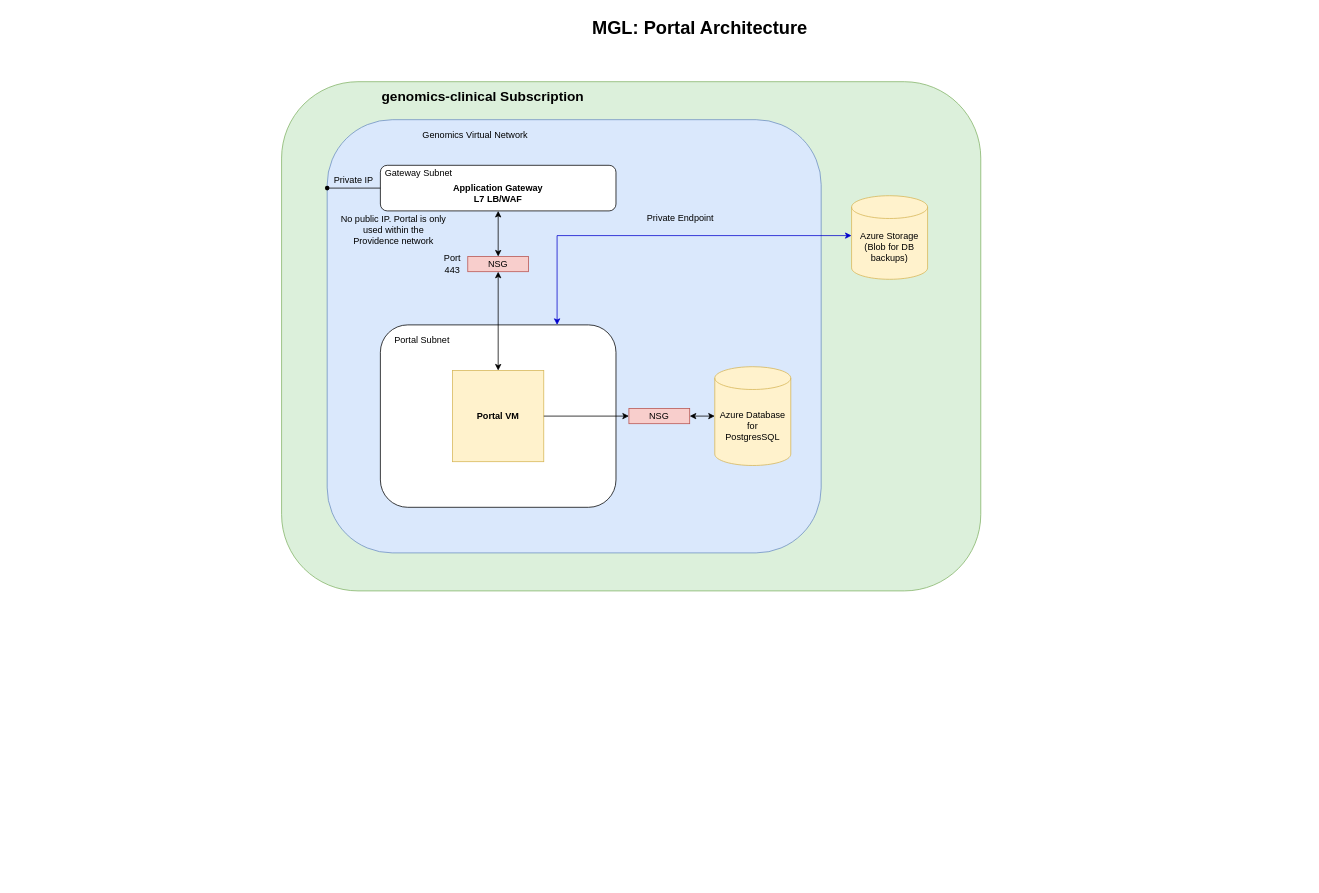
The draw.io diagram Portal.drawio in dashaylan/DrawIO, before the edit. Source tidied: cells renumbered, new cells numbered last; positions are measured from the earlier drawing's top-left corner, leaving out a move shared by most shapes. Both pictures are drawn from the tidied source at 76%, with x=0, y=0 at pixel (281, 13).
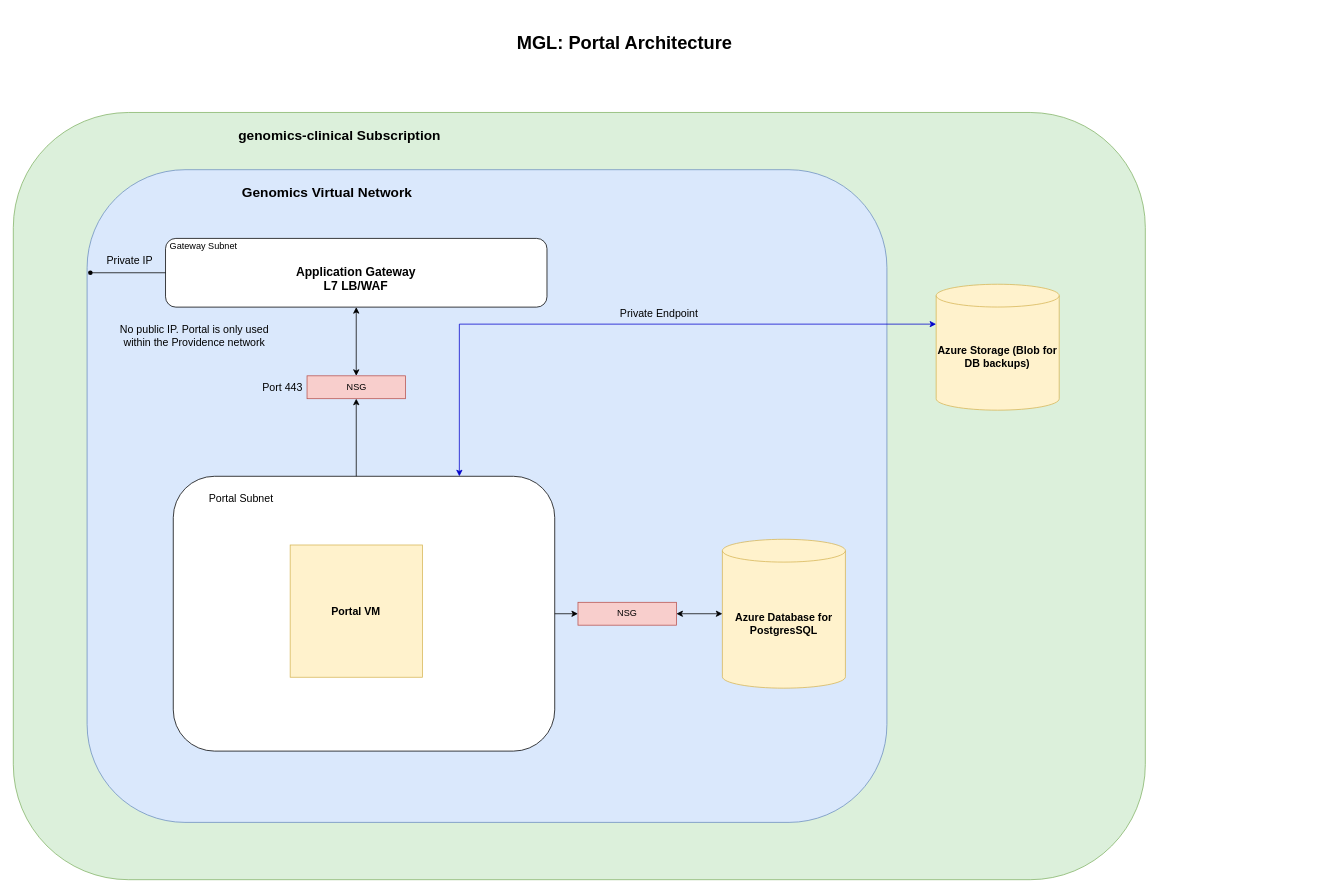
Above is the later version.

Change to the diagram source:
```diff
@@
+    <mxCell id="30" style="group;" parent="1" vertex="1">
+      <mxGeometry x="-353" y="10" width="1700" height="1130" as="geometry" />
+    </mxCell>
-    <mxCell id="2" style="group;" parent="1" vertex="1">
-      <mxGeometry y="90" width="1050" height="670" as="geometry" />
+    <mxCell id="2" style="group;" parent="30" vertex="1">
+      <mxGeometry y="120.5" width="1700" height="1009.5" as="geometry" />
     </mxCell>
     <mxCell id="3" style="rounded=1;whiteSpace=wrap;html=1;strokeColor=#82b366;fillColor=#DCF0DB;" parent="2" vertex="1">
-      <mxGeometry width="920" height="670" as="geometry" />
+      <mxGeometry width="1489.5" height="1009.5" as="geometry" />
     </mxCell>
     <mxCell id="4" style="rounded=1;whiteSpace=wrap;html=1;fillColor=#dae8fc;strokeColor=#6c8ebf;" parent="2" vertex="1">
-      <mxGeometry x="60" y="50" width="650" height="570" as="geometry" />
+      <mxGeometry x="97.1" y="75.3" width="1052.4" height="858.8" as="geometry" />
     </mxCell>
-    <mxCell id="5" style="group;" parent="2" vertex="1">
-      <mxGeometry x="130" y="320" width="310" height="240" as="geometry" />
-    </mxCell>
-    <mxCell id="6" style="rounded=1;whiteSpace=wrap;html=1;" parent="5" vertex="1">
-      <mxGeometry width="310" height="240" as="geometry" />
-    </mxCell>
-    <mxCell id="7" value="Portal Subnet" style="text;html=1;strokeColor=none;fillColor=none;align=center;verticalAlign=middle;whiteSpace=wrap;rounded=0;" parent="5" vertex="1">
-      <mxGeometry x="10" y="10" width="90" height="20" as="geometry" />
-    </mxCell>
-    <mxCell id="8" value="&lt;b&gt;Portal VM&lt;/b&gt;" style="whiteSpace=wrap;html=1;fillColor=#fff2cc;strokeColor=#d6b656;" parent="5" vertex="1">
-      <mxGeometry x="95" y="60" width="120" height="120" as="geometry" />
-    </mxCell>
     <mxCell id="9" style="group;" parent="2" vertex="1">
-      <mxGeometry x="130" y="110" width="310" height="60" as="geometry" />
+      <mxGeometry x="200.3" y="165.7" width="501.9" height="90.4" as="geometry" />
     </mxCell>
-    <mxCell id="10" value="&lt;div&gt;&lt;br&gt;&lt;/div&gt;&lt;b&gt;Application Gateway&lt;br&gt;L7 LB/WAF&lt;/b&gt;" style="rounded=1;whiteSpace=wrap;html=1;" parent="9" vertex="1">
-      <mxGeometry width="310" height="60" as="geometry" />
+    <mxCell id="10" value="&lt;div&gt;&lt;font style=&quot;font-size: 14px&quot;&gt;&lt;br&gt;&lt;/font&gt;&lt;/div&gt;&lt;b&gt;&lt;font size=&quot;3&quot;&gt;Application Gateway&lt;br&gt;L7 LB/WAF&lt;/font&gt;&lt;/b&gt;" style="rounded=1;whiteSpace=wrap;html=1;" parent="9" vertex="1">
+      <mxGeometry width="501.9" height="90.4" as="geometry" />
     </mxCell>
@@
     <mxCell id="12" style="shape=waypoint;sketch=0;fillStyle=solid;size=6;points=[];fillColor=none;perimeter=centerPerimeter;snapToPoint=1;" parent="2" vertex="1">
-      <mxGeometry x="40" y="120" width="40" height="40" as="geometry" />
+      <mxGeometry x="81.4" y="190.9" width="40" height="40" as="geometry" />
     </mxCell>
@@
     <mxCell id="15" value="NSG" style="rounded=0;whiteSpace=wrap;html=1;fillColor=#f8cecc;strokeColor=#b85450;" parent="2" vertex="1">
-      <mxGeometry x="245" y="230" width="80" height="20" as="geometry" />
+      <mxGeometry x="386.5" y="346.5" width="129.5" height="30.1" as="geometry" />
     </mxCell>
@@
-    <mxCell id="17" value="Azure Database for&lt;br&gt;PostgresSQL" style="shape=cylinder3;whiteSpace=wrap;html=1;boundedLbl=1;backgroundOutline=1;size=15;fillColor=#fff2cc;strokeColor=#d6b656;" parent="2" vertex="1">
-      <mxGeometry x="570" y="375" width="100" height="130" as="geometry" />
+    <mxCell id="17" value="&lt;font style=&quot;font-size: 14px&quot;&gt;&lt;b&gt;Azure Database for&lt;br&gt;PostgresSQL&lt;/b&gt;&lt;/font&gt;" style="shape=cylinder3;whiteSpace=wrap;html=1;boundedLbl=1;backgroundOutline=1;size=15;fillColor=#fff2cc;strokeColor=#d6b656;" parent="2" vertex="1">
+      <mxGeometry x="933" y="561.6" width="161.9" height="195.9" as="geometry" />
     </mxCell>
     <mxCell id="18" value="NSG" style="rounded=0;whiteSpace=wrap;html=1;fillColor=#f8cecc;strokeColor=#b85450;" parent="2" vertex="1">
-      <mxGeometry x="457" y="430" width="80" height="20" as="geometry" />
+      <mxGeometry x="743" y="644.5" width="129.5" height="30.1" as="geometry" />
     </mxCell>
@@
-    <mxCell id="21" value="Private IP" style="text;html=1;strokeColor=none;fillColor=none;align=center;verticalAlign=middle;whiteSpace=wrap;rounded=0;" parent="2" vertex="1">
-      <mxGeometry x="60" y="120" width="70" height="20" as="geometry" />
+    <mxCell id="21" value="&lt;font style=&quot;font-size: 14px&quot;&gt;Private IP&lt;/font&gt;" style="text;html=1;strokeColor=none;fillColor=none;align=center;verticalAlign=middle;whiteSpace=wrap;rounded=0;" parent="2" vertex="1">
+      <mxGeometry x="97.1" y="180.8" width="113.3" height="30.1" as="geometry" />
     </mxCell>
@@
-    <mxCell id="23" value="Azure Storage (Blob for DB backups)" style="shape=cylinder3;whiteSpace=wrap;html=1;boundedLbl=1;backgroundOutline=1;size=15;fillColor=#fff2cc;strokeColor=#d6b656;" parent="2" vertex="1">
-      <mxGeometry x="750" y="150" width="100" height="110" as="geometry" />
+    <mxCell id="23" value="&lt;font style=&quot;font-size: 14px&quot;&gt;&lt;b&gt;Azure Storage (Blob for DB backups)&lt;/b&gt;&lt;/font&gt;" style="shape=cylinder3;whiteSpace=wrap;html=1;boundedLbl=1;backgroundOutline=1;size=15;fillColor=#fff2cc;strokeColor=#d6b656;" parent="2" vertex="1">
+      <mxGeometry x="1214.3" y="226" width="161.9" height="165.7" as="geometry" />
     </mxCell>
-    <mxCell id="24" value="Private Endpoint" style="text;html=1;strokeColor=none;fillColor=none;align=center;verticalAlign=middle;whiteSpace=wrap;rounded=0;" parent="2" vertex="1">
-      <mxGeometry x="470" y="170" width="110" height="20" as="geometry" />
+    <mxCell id="24" value="&lt;font style=&quot;font-size: 14px&quot;&gt;Private Endpoint&lt;/font&gt;" style="text;html=1;strokeColor=none;fillColor=none;align=center;verticalAlign=middle;whiteSpace=wrap;rounded=0;" parent="2" vertex="1">
+      <mxGeometry x="761" y="249.5" width="178.1" height="30.1" as="geometry" />
     </mxCell>
-    <mxCell id="25" value="Port 443" style="text;html=1;strokeColor=none;fillColor=none;align=center;verticalAlign=middle;whiteSpace=wrap;rounded=0;" parent="2" vertex="1">
-      <mxGeometry x="205" y="230" width="40" height="20" as="geometry" />
+    <mxCell id="25" value="&lt;font style=&quot;font-size: 14px&quot;&gt;Port 443&lt;/font&gt;" style="text;html=1;strokeColor=none;fillColor=none;align=center;verticalAlign=middle;whiteSpace=wrap;rounded=0;" parent="2" vertex="1">
+      <mxGeometry x="321.8" y="346.5" width="64.8" height="30.1" as="geometry" />
     </mxCell>
-    <mxCell id="26" value="No public IP. Portal is only used within the Providence network" style="text;html=1;strokeColor=none;fillColor=none;align=center;verticalAlign=middle;whiteSpace=wrap;rounded=0;" parent="2" vertex="1">
-      <mxGeometry x="75" y="190" width="145" height="10" as="geometry" />
+    <mxCell id="26" value="&lt;font style=&quot;font-size: 14px&quot;&gt;No public IP. Portal is only used within the Providence network&lt;/font&gt;" style="text;html=1;strokeColor=none;fillColor=none;align=center;verticalAlign=middle;whiteSpace=wrap;rounded=0;" parent="2" vertex="1">
+      <mxGeometry x="121.4" y="286.3" width="234.8" height="15.1" as="geometry" />
     </mxCell>
+    <mxCell id="5" style="group;" parent="2" vertex="1">
+      <mxGeometry x="210.5" y="478.7" width="501.9" height="361.6" as="geometry" />
+    </mxCell>
+    <mxCell id="6" style="rounded=1;whiteSpace=wrap;html=1;" parent="5" vertex="1">
+      <mxGeometry width="501.9" height="361.6" as="geometry" />
+    </mxCell>
+    <mxCell id="7" value="&lt;font style=&quot;font-size: 14px&quot;&gt;Portal Subnet&lt;/font&gt;" style="text;html=1;strokeColor=none;fillColor=none;align=center;verticalAlign=middle;whiteSpace=wrap;rounded=0;" parent="5" vertex="1">
+      <mxGeometry x="16.2" y="15.1" width="145.7" height="30.1" as="geometry" />
+    </mxCell>
+    <mxCell id="8" value="&lt;b&gt;&lt;font style=&quot;font-size: 14px&quot;&gt;Portal VM&lt;/font&gt;&lt;/b&gt;" style="whiteSpace=wrap;html=1;fillColor=#fff2cc;strokeColor=#d6b656;" parent="5" vertex="1">
+      <mxGeometry x="153.8" y="90.4" width="174" height="174" as="geometry" />
+    </mxCell>
-    <mxCell id="27" value="MGL: Portal Architecture" style="text;strokeColor=none;fillColor=none;html=1;fontSize=24;fontStyle=1;verticalAlign=middle;align=center;" parent="1" vertex="1">
-      <mxGeometry x="119" width="861" height="40" as="geometry" />
+    <mxCell id="27" value="MGL: Portal Architecture" style="text;strokeColor=none;fillColor=none;html=1;fontSize=24;fontStyle=1;verticalAlign=middle;align=center;" parent="30" vertex="1">
+      <mxGeometry x="106.9" width="1394" height="60.3" as="geometry" />
     </mxCell>
-    <mxCell id="28" value="&lt;b&gt;&lt;font style=&quot;font-size: 18px&quot;&gt;genomics-clinical Subscription&lt;/font&gt;&lt;/b&gt;" style="text;html=1;strokeColor=none;fillColor=none;align=center;verticalAlign=middle;whiteSpace=wrap;rounded=0;" parent="1" vertex="1">
-      <mxGeometry x="40" y="90" width="450" height="40" as="geometry" />
+    <mxCell id="28" value="&lt;b&gt;&lt;font style=&quot;font-size: 18px&quot;&gt;genomics-clinical Subscription&lt;/font&gt;&lt;/b&gt;" style="text;html=1;strokeColor=none;fillColor=none;align=center;verticalAlign=middle;whiteSpace=wrap;rounded=0;" parent="30" vertex="1">
+      <mxGeometry x="64.8" y="120.5" width="728.6" height="60.3" as="geometry" />
     </mxCell>
-    <mxCell id="29" value="Genomics Virtual Network" style="text;html=1;strokeColor=none;fillColor=none;align=center;verticalAlign=middle;whiteSpace=wrap;rounded=0;" parent="1" vertex="1">
-      <mxGeometry x="160" y="150" width="190" height="20" as="geometry" />
+    <mxCell id="29" value="&lt;font style=&quot;font-size: 18px&quot;&gt;&lt;b&gt;Genomics Virtual Network&lt;/b&gt;&lt;/font&gt;" style="text;html=1;strokeColor=none;fillColor=none;align=center;verticalAlign=middle;whiteSpace=wrap;rounded=0;" parent="30" vertex="1">
+      <mxGeometry x="259" y="210.9" width="307.6" height="30.1" as="geometry" />
     </mxCell>
```
